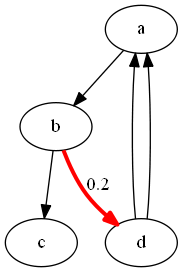
Above: src/os/img/fileS.png in LucasLagrimante/teoriaDosGrafos (Graphviz), before the change. Its source is kept beside it as src/os/dot/fileS.dot.
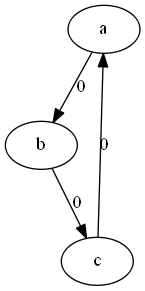
After the commit.

Change to the diagram source:
```diff
@@ -1,6 +1,5 @@
 digraph G {
-     a -> b -> c;
-     b -> d [label="0.2",color=red,penwidth=3.0 ];
-     d -> a;
-d -> a;
- }
+a->b[label=0];
+b->c[label=0];
+c->a[label=0];
+}
```
